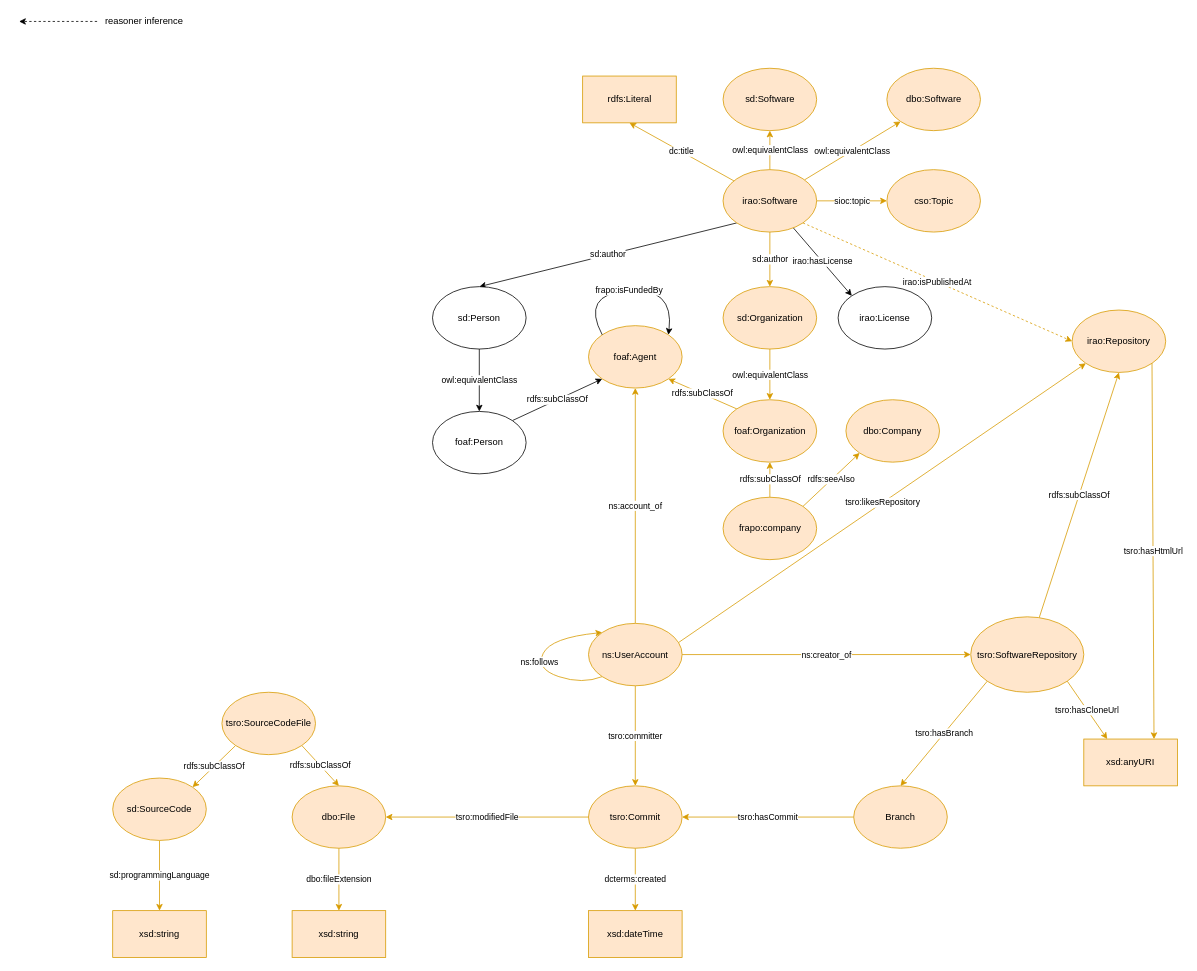
Before: ontologies/The Software Repository Ontology.drawio in sabato-nocera/tsro, a draw.io diagram. Source tidied: cells renumbered, new cells numbered last; positions are measured from the earlier drawing's top-left corner, leaving out a move shared by most shapes. Both pictures are drawn from the tidied source at 78%, with x=0, y=0 at pixel (19, 13).
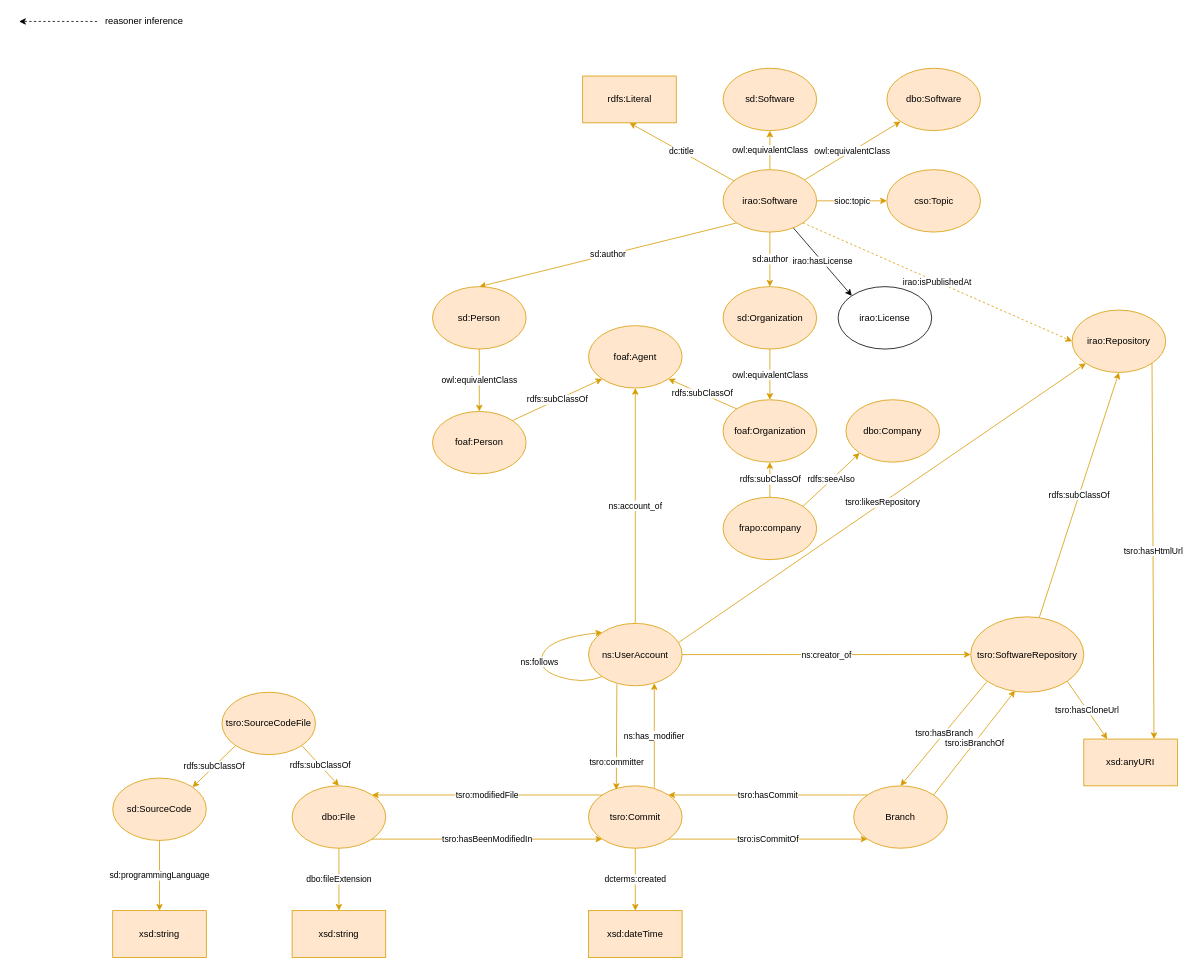
The same diagram, later.

Commit message (it also covers changes not shown here):
Aggiunta di property inverse di property già esistenti

Unchanged cells that the change refers to:
```xml
<mxCell id="4" value="dbo:File" style="ellipse;whiteSpace=wrap;html=1;fillColor=#ffe6cc;strokeColor=#d79b00;" parent="1" vertex="1">
  <mxGeometry x="350" y="990" width="120" height="80" as="geometry" />
</mxCell>
<mxCell id="6" value="tsro:Commit" style="ellipse;whiteSpace=wrap;html=1;fillColor=#ffe6cc;strokeColor=#d79b00;" parent="1" vertex="1">
  <mxGeometry x="730" y="990" width="120" height="80" as="geometry" />
</mxCell>
<mxCell id="8" value="Branch" style="ellipse;whiteSpace=wrap;html=1;fillColor=#ffe6cc;strokeColor=#d79b00;" parent="1" vertex="1">
  <mxGeometry x="1070" y="990" width="120" height="80" as="geometry" />
</mxCell>
<mxCell id="14" value="tsro:SoftwareRepository" style="ellipse;whiteSpace=wrap;html=1;fillColor=#ffe6cc;strokeColor=#d79b00;" parent="1" vertex="1">
  <mxGeometry x="1220" y="773.3" width="145" height="96.7" as="geometry" />
</mxCell>
<mxCell id="20" value="ns:UserAccount" style="ellipse;whiteSpace=wrap;html=1;fillColor=#ffe6cc;strokeColor=#d79b00;" parent="1" vertex="1">
  <mxGeometry x="730" y="781.7" width="120" height="80" as="geometry" />
</mxCell>
<mxCell id="29" value="irao:Software" style="ellipse;whiteSpace=wrap;html=1;fillColor=#ffe6cc;strokeColor=#d79b00;" parent="1" vertex="1">
  <mxGeometry x="902.5" y="200" width="120" height="80" as="geometry" />
</mxCell>
<mxCell id="54" value="foaf:Agent" style="ellipse;whiteSpace=wrap;html=1;fillColor=#ffe6cc;strokeColor=#d79b00;" parent="1" vertex="1">
  <mxGeometry x="730" y="400" width="120" height="80" as="geometry" />
</mxCell>
```

The edit, as a diff of the source:
```diff
@@
+    <mxCell id="60" value="tsro:hasBeenModifiedIn" style="edgeStyle=none;rounded=0;jettySize=auto;html=1;exitX=1;exitY=1;exitDx=0;exitDy=0;entryX=0;entryY=1;entryDx=0;entryDy=0;fillColor=#ffe6cc;strokeColor=#d79b00;" parent="1" edge="1" source="4" target="6">
+      <mxGeometry relative="1" as="geometry" />
+    </mxCell>
@@
+    <mxCell id="61" value="tsro:isCommitOf" style="edgeStyle=none;rounded=0;jettySize=auto;html=1;exitX=1;exitY=1;exitDx=0;exitDy=0;entryX=0;entryY=1;entryDx=0;entryDy=0;fillColor=#ffe6cc;strokeColor=#d79b00;" parent="1" edge="1" source="6" target="8">
+      <mxGeometry relative="1" as="geometry" />
+    </mxCell>
+    <mxCell id="62" value="ns:has_modifier" style="edgeStyle=none;rounded=0;jettySize=auto;html=1;entryX=0.703;entryY=0.959;entryDx=0;entryDy=0;entryPerimeter=0;exitX=0.703;exitY=0.035;exitDx=0;exitDy=0;exitPerimeter=0;fillColor=#ffe6cc;strokeColor=#d79b00;" parent="1" edge="1" source="6" target="20">
+      <mxGeometry relative="1" as="geometry" />
+    </mxCell>
@@
-    <mxCell id="7" value="tsro:hasCommit" style="edgeStyle=none;rounded=0;jettySize=auto;html=1;entryX=1;entryY=0.5;entryDx=0;entryDy=0;fillColor=#ffe6cc;strokeColor=#d79b00;" parent="1" edge="1" source="8" target="6">
+    <mxCell id="7" value="tsro:hasCommit" style="edgeStyle=none;rounded=0;jettySize=auto;html=1;entryX=1;entryY=0;entryDx=0;entryDy=0;fillColor=#ffe6cc;strokeColor=#d79b00;exitX=0;exitY=0;exitDx=0;exitDy=0;" parent="1" edge="1" source="8" target="6">
       <mxGeometry relative="1" as="geometry" />
     </mxCell>
+    <mxCell id="63" value="tsro:isBranchOf" style="edgeStyle=none;rounded=0;jettySize=auto;html=1;exitX=1;exitY=0;exitDx=0;exitDy=0;entryX=0.392;entryY=0.979;entryDx=0;entryDy=0;entryPerimeter=0;fillColor=#ffe6cc;strokeColor=#d79b00;" parent="1" edge="1" source="8" target="14">
+      <mxGeometry relative="1" as="geometry" />
+    </mxCell>
@@
-    <mxCell id="10" value="tsro:modifiedFile" style="jettySize=auto;html=1;entryX=1;entryY=0.5;entryDx=0;entryDy=0;exitX=0;exitY=0.5;exitDx=0;exitDy=0;fillColor=#ffe6cc;strokeColor=#d79b00;rounded=0;" parent="1" edge="1" source="6" target="4">
+    <mxCell id="10" value="tsro:modifiedFile" style="jettySize=auto;html=1;entryX=1;entryY=0;entryDx=0;entryDy=0;exitX=0;exitY=0;exitDx=0;exitDy=0;fillColor=#ffe6cc;strokeColor=#d79b00;rounded=0;" parent="1" edge="1" source="6" target="4">
       <mxGeometry relative="1" as="geometry" />
     </mxCell>
@@
-    <mxCell id="17" value="tsro:committer" style="edgeStyle=none;rounded=0;jettySize=auto;html=1;entryX=0.5;entryY=0;entryDx=0;entryDy=0;fillColor=#ffe6cc;strokeColor=#d79b00;" parent="1" edge="1" source="20" target="6">
-      <mxGeometry relative="1" as="geometry" />
+    <mxCell id="17" value="tsro:committer" style="edgeStyle=none;rounded=0;jettySize=auto;html=1;entryX=0.297;entryY=0.065;entryDx=0;entryDy=0;fillColor=#ffe6cc;strokeColor=#d79b00;exitX=0.303;exitY=0.969;exitDx=0;exitDy=0;exitPerimeter=0;entryPerimeter=0;" parent="1" edge="1" source="20" target="6">
+      <mxGeometry x="0.48" relative="1" as="geometry" />
     </mxCell>
@@
-    <mxCell id="26" value="sd:author" style="edgeStyle=none;rounded=0;jettySize=auto;html=1;entryX=0.5;entryY=0;entryDx=0;entryDy=0;exitX=0;exitY=1;exitDx=0;exitDy=0;" parent="1" edge="1" source="29" target="39">
+    <mxCell id="26" value="sd:author" style="edgeStyle=none;rounded=0;jettySize=auto;html=1;entryX=0.5;entryY=0;entryDx=0;entryDy=0;exitX=0;exitY=1;exitDx=0;exitDy=0;fillColor=#ffe6cc;strokeColor=#d79b00;" parent="1" edge="1" source="29" target="39">
       <mxGeometry relative="1" as="geometry" />
     </mxCell>
@@
-    <mxCell id="38" value="owl:equivalentClass" style="edgeStyle=none;rounded=0;jettySize=auto;html=1;entryX=0.5;entryY=0;entryDx=0;entryDy=0;" parent="1" edge="1" source="39" target="49">
+    <mxCell id="38" value="owl:equivalentClass" style="edgeStyle=none;rounded=0;jettySize=auto;html=1;entryX=0.5;entryY=0;entryDx=0;entryDy=0;fillColor=#ffe6cc;strokeColor=#d79b00;" parent="1" edge="1" source="39" target="49">
       <mxGeometry relative="1" as="geometry" />
     </mxCell>
-    <mxCell id="39" value="sd:Person" style="ellipse;whiteSpace=wrap;html=1;" parent="1" vertex="1">
+    <mxCell id="39" value="sd:Person" style="ellipse;whiteSpace=wrap;html=1;fillColor=#ffe6cc;strokeColor=#d79b00;" parent="1" vertex="1">
       <mxGeometry x="530" y="350" width="120" height="80" as="geometry" />
     </mxCell>
@@
-    <mxCell id="48" value="rdfs:subClassOf" style="edgeStyle=none;rounded=0;jettySize=auto;html=1;exitX=1;exitY=0;exitDx=0;exitDy=0;entryX=0;entryY=1;entryDx=0;entryDy=0;" parent="1" edge="1" source="49" target="54">
+    <mxCell id="48" value="rdfs:subClassOf" style="edgeStyle=none;rounded=0;jettySize=auto;html=1;exitX=1;exitY=0;exitDx=0;exitDy=0;entryX=0;entryY=1;entryDx=0;entryDy=0;fillColor=#ffe6cc;strokeColor=#d79b00;" parent="1" edge="1" source="49" target="54">
       <mxGeometry relative="1" as="geometry" />
     </mxCell>
-    <mxCell id="49" value="foaf:Person" style="ellipse;whiteSpace=wrap;html=1;" parent="1" vertex="1">
+    <mxCell id="49" value="foaf:Person" style="ellipse;whiteSpace=wrap;html=1;fillColor=#ffe6cc;strokeColor=#d79b00;" parent="1" vertex="1">
       <mxGeometry x="530" y="510" width="120" height="80" as="geometry" />
     </mxCell>
@@
-    <mxCell id="55" value="frapo:isFundedBy" style="edgeStyle=none;orthogonalLoop=1;jettySize=auto;html=1;curved=1;entryX=1;entryY=0;entryDx=0;entryDy=0;exitX=0;exitY=0;exitDx=0;exitDy=0;" parent="1" edge="1" source="54" target="54">
-      <mxGeometry relative="1" as="geometry">
-        <Array as="points">
-          <mxPoint x="720" y="360" />
-          <mxPoint x="840" y="350" />
-        </Array>
-      </mxGeometry>
-    </mxCell>
```
